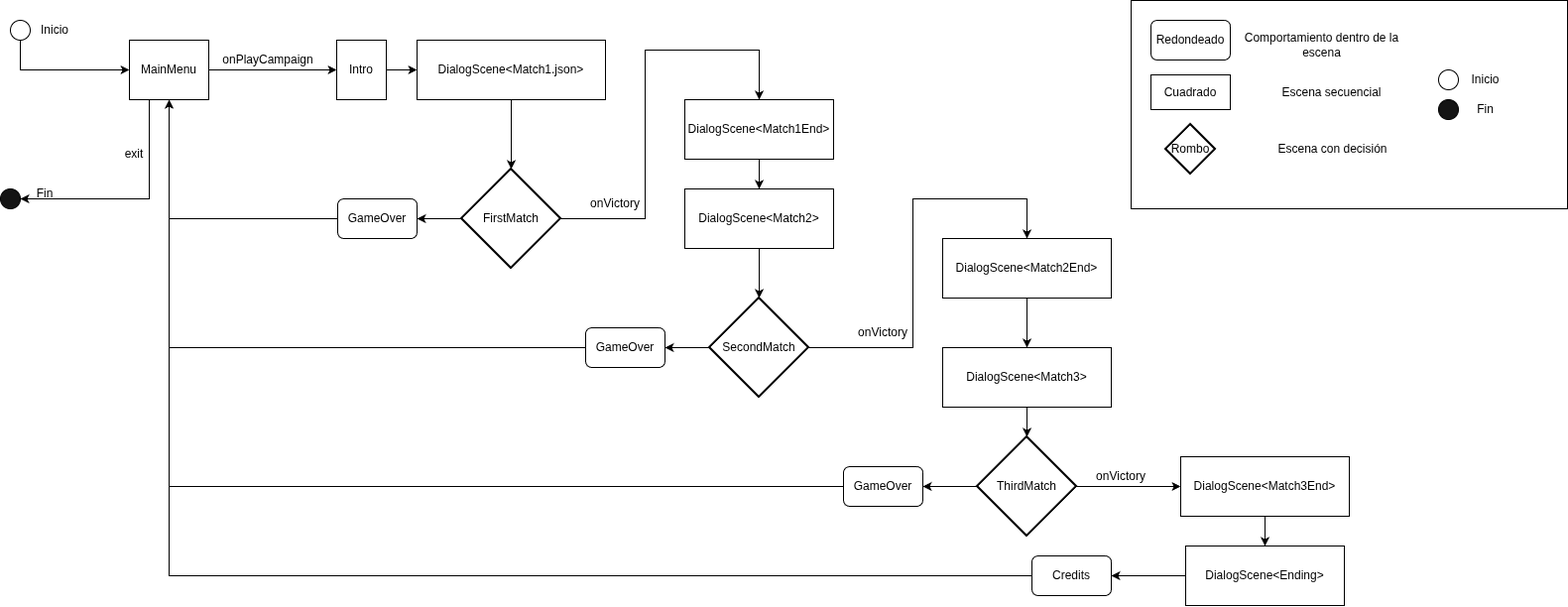
Before: docs/concept-art/diagrams/Scene_Flowchart.drawio.png, a diagram exported from draw.io (manuelsrleon/rocket-clash-2d). Source tidied: cells renumbered, new cells last; positions are measured from the earlier drawing's top-left corner, leaving out a move shared by most shapes.
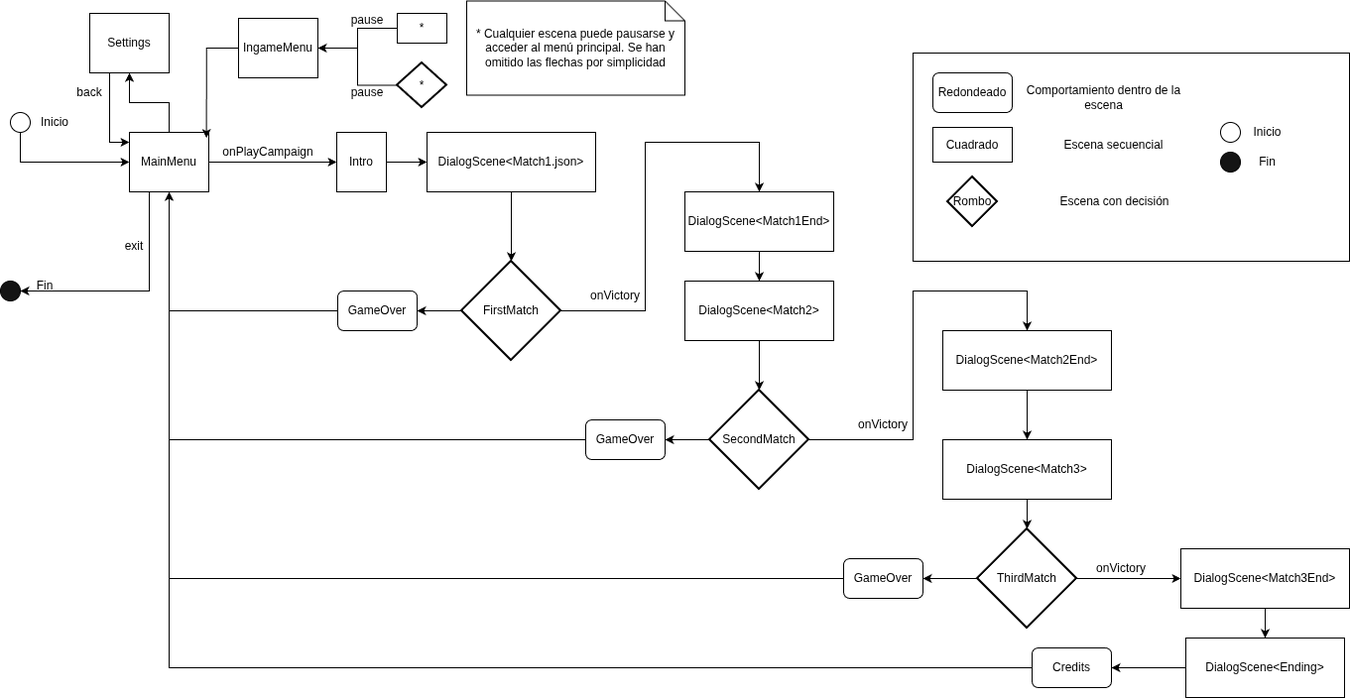
The same diagram one commit later.

Commit message:
update scene flowchart

Change to the diagram source:
```diff
@@ -65,6 +65,9 @@
         </Array>
       </mxGeometry>
     </mxCell>
+    <mxCell id="60" style="edgeStyle=orthogonalEdgeStyle;rounded=0;jettySize=auto;html=1;" parent="1" edge="1" source="15" target="61">
+      <mxGeometry relative="1" as="geometry" />
+    </mxCell>
     <mxCell id="15" value="MainMenu" style="rounded=0;whiteSpace=wrap;html=1;" parent="1" vertex="1">
       <mxGeometry x="130" y="40" width="80" height="60" as="geometry" />
     </mxCell>
@@ -75,7 +78,7 @@
       <mxGeometry x="339" y="40" width="50" height="60" as="geometry" />
     </mxCell>
     <mxCell id="18" value="DialogScene&amp;lt;Match1.json&amp;gt;" style="rounded=0;whiteSpace=wrap;html=1;" parent="1" vertex="1">
-      <mxGeometry x="420" y="40" width="190" height="60" as="geometry" />
+      <mxGeometry x="430" y="40" width="170" height="60" as="geometry" />
     </mxCell>
     <mxCell id="19" style="edgeStyle=orthogonalEdgeStyle;rounded=0;jettySize=auto;html=1;exitX=0.5;exitY=1;exitDx=0;exitDy=0;" parent="1" edge="1" source="18" target="4">
       <mxGeometry relative="1" as="geometry" />
@@ -157,37 +160,37 @@
       <mxGeometry x="240" y="45" width="60" height="30" as="geometry" />
     </mxCell>
     <mxCell id="44" style="rounded=0;whiteSpace=wrap;html=1;" parent="1" vertex="1">
-      <mxGeometry x="1140" width="440" height="210" as="geometry" />
+      <mxGeometry x="920" y="-40" width="440" height="210" as="geometry" />
     </mxCell>
     <mxCell id="45" value="Redondeado" style="rounded=1;whiteSpace=wrap;html=1;" parent="1" vertex="1">
-      <mxGeometry x="1160" y="20" width="80" height="40" as="geometry" />
+      <mxGeometry x="940" y="-20" width="80" height="40" as="geometry" />
     </mxCell>
     <mxCell id="46" value="Cuadrado" style="rounded=0;whiteSpace=wrap;html=1;" parent="1" vertex="1">
-      <mxGeometry x="1160" y="75" width="80" height="35" as="geometry" />
+      <mxGeometry x="940" y="35" width="80" height="35" as="geometry" />
     </mxCell>
     <mxCell id="47" value="Rombo" style="strokeWidth=2;html=1;shape=mxgraph.flowchart.decision;whiteSpace=wrap;" parent="1" vertex="1">
-      <mxGeometry x="1175" y="125" width="50" height="50" as="geometry" />
+      <mxGeometry x="955" y="85" width="50" height="50" as="geometry" />
     </mxCell>
     <mxCell id="48" style="verticalLabelPosition=bottom;verticalAlign=top;html=1;shape=mxgraph.flowchart.on-page_reference;fillColor=#141414;" parent="1" vertex="1">
-      <mxGeometry x="1450" y="100" width="20" height="20" as="geometry" />
+      <mxGeometry x="1230" y="60" width="20" height="20" as="geometry" />
     </mxCell>
     <mxCell id="49" style="verticalLabelPosition=bottom;verticalAlign=top;html=1;shape=mxgraph.flowchart.on-page_reference;" parent="1" vertex="1">
-      <mxGeometry x="1450" y="70" width="20" height="20" as="geometry" />
+      <mxGeometry x="1230" y="30" width="20" height="20" as="geometry" />
     </mxCell>
     <mxCell id="50" value="Comportamiento dentro de la escena" style="text;html=1;whiteSpace=wrap;strokeColor=none;fillColor=none;align=center;verticalAlign=middle;rounded=0;" parent="1" vertex="1">
-      <mxGeometry x="1245" y="30" width="175" height="30" as="geometry" />
+      <mxGeometry x="1025" y="-10" width="175" height="30" as="geometry" />
     </mxCell>
     <mxCell id="51" value="Escena secuencial" style="text;html=1;whiteSpace=wrap;strokeColor=none;fillColor=none;align=center;verticalAlign=middle;rounded=0;" parent="1" vertex="1">
-      <mxGeometry x="1255" y="77.5" width="175" height="30" as="geometry" />
+      <mxGeometry x="1035" y="37.5" width="175" height="30" as="geometry" />
     </mxCell>
     <mxCell id="52" value="Escena con decisión" style="text;html=1;whiteSpace=wrap;strokeColor=none;fillColor=none;align=center;verticalAlign=middle;rounded=0;" parent="1" vertex="1">
-      <mxGeometry x="1256" y="135" width="175" height="30" as="geometry" />
+      <mxGeometry x="1036" y="95" width="175" height="30" as="geometry" />
     </mxCell>
     <mxCell id="53" value="Fin" style="text;html=1;whiteSpace=wrap;strokeColor=none;fillColor=none;align=center;verticalAlign=middle;rounded=0;" parent="1" vertex="1">
-      <mxGeometry x="1470" y="95" width="55" height="30" as="geometry" />
+      <mxGeometry x="1250" y="55" width="55" height="30" as="geometry" />
     </mxCell>
     <mxCell id="54" value="Inicio" style="text;html=1;whiteSpace=wrap;strokeColor=none;fillColor=none;align=center;verticalAlign=middle;rounded=0;" parent="1" vertex="1">
-      <mxGeometry x="1470" y="65" width="55" height="30" as="geometry" />
+      <mxGeometry x="1250" y="25" width="55" height="30" as="geometry" />
     </mxCell>
     <mxCell id="55" value="onVictory" style="text;html=1;whiteSpace=wrap;strokeColor=none;fillColor=none;align=center;verticalAlign=middle;rounded=0;" parent="1" vertex="1">
       <mxGeometry x="1100" y="465" width="60" height="30" as="geometry" />
@@ -204,5 +207,46 @@
     <mxCell id="59" value="DialogScene&amp;lt;Match3&amp;gt;" style="rounded=0;whiteSpace=wrap;html=1;" parent="1" vertex="1">
       <mxGeometry x="950" y="350" width="170" height="60" as="geometry" />
     </mxCell>
+    <mxCell id="61" value="Settings" style="rounded=0;whiteSpace=wrap;html=1;" parent="1" vertex="1">
+      <mxGeometry x="90" y="-80" width="80" height="60" as="geometry" />
+    </mxCell>
+    <mxCell id="62" style="edgeStyle=orthogonalEdgeStyle;rounded=0;jettySize=auto;html=1;entryX=0;entryY=0.167;entryDx=0;entryDy=0;entryPerimeter=0;" parent="1" edge="1" source="61" target="15">
+      <mxGeometry relative="1" as="geometry">
+        <Array as="points">
+          <mxPoint x="110" y="-30" />
+          <mxPoint x="110" y="50" />
+        </Array>
+      </mxGeometry>
+    </mxCell>
+    <mxCell id="63" value="back" style="text;html=1;whiteSpace=wrap;strokeColor=none;fillColor=none;align=center;verticalAlign=middle;rounded=0;" parent="1" vertex="1">
+      <mxGeometry x="70" y="-15" width="40" height="30" as="geometry" />
+    </mxCell>
+    <mxCell id="64" value="IngameMenu" style="rounded=0;whiteSpace=wrap;html=1;" parent="1" vertex="1">
+      <mxGeometry x="240" y="-75" width="80" height="60" as="geometry" />
+    </mxCell>
+    <mxCell id="65" style="edgeStyle=orthogonalEdgeStyle;rounded=0;jettySize=auto;html=1;entryX=0.971;entryY=0.095;entryDx=0;entryDy=0;entryPerimeter=0;" parent="1" edge="1" source="64" target="15">
+      <mxGeometry relative="1" as="geometry" />
+    </mxCell>
+    <mxCell id="66" style="edgeStyle=orthogonalEdgeStyle;rounded=0;jettySize=auto;html=1;" parent="1" edge="1" source="67" target="64">
+      <mxGeometry relative="1" as="geometry" />
+    </mxCell>
+    <mxCell id="67" value="&lt;div&gt;*&lt;/div&gt;" style="rounded=0;whiteSpace=wrap;html=1;" parent="1" vertex="1">
+      <mxGeometry x="400" y="-80" width="50" height="30" as="geometry" />
+    </mxCell>
+    <mxCell id="68" style="edgeStyle=orthogonalEdgeStyle;rounded=0;jettySize=auto;html=1;" parent="1" edge="1" source="69" target="64">
+      <mxGeometry relative="1" as="geometry" />
+    </mxCell>
+    <mxCell id="69" value="*" style="strokeWidth=2;html=1;shape=mxgraph.flowchart.decision;whiteSpace=wrap;" parent="1" vertex="1">
+      <mxGeometry x="400" y="-30" width="50" height="45" as="geometry" />
+    </mxCell>
+    <mxCell id="70" value="pause" style="text;html=1;whiteSpace=wrap;strokeColor=none;fillColor=none;align=center;verticalAlign=middle;rounded=0;" parent="1" vertex="1">
+      <mxGeometry x="340" y="-88" width="60" height="30" as="geometry" />
+    </mxCell>
+    <mxCell id="71" value="pause" style="text;html=1;whiteSpace=wrap;strokeColor=none;fillColor=none;align=center;verticalAlign=middle;rounded=0;" parent="1" vertex="1">
+      <mxGeometry x="340" y="-15" width="60" height="30" as="geometry" />
+    </mxCell>
+    <mxCell id="72" value="* Cualquier escena puede pausarse y acceder al menú principal. Se han omitido las flechas por simplicidad" style="shape=note;size=20;whiteSpace=wrap;html=1;" parent="1" vertex="1">
+      <mxGeometry x="470" y="-92.5" width="220" height="95" as="geometry" />
+    </mxCell>
   </root>
 </mxGraphModel>
```
